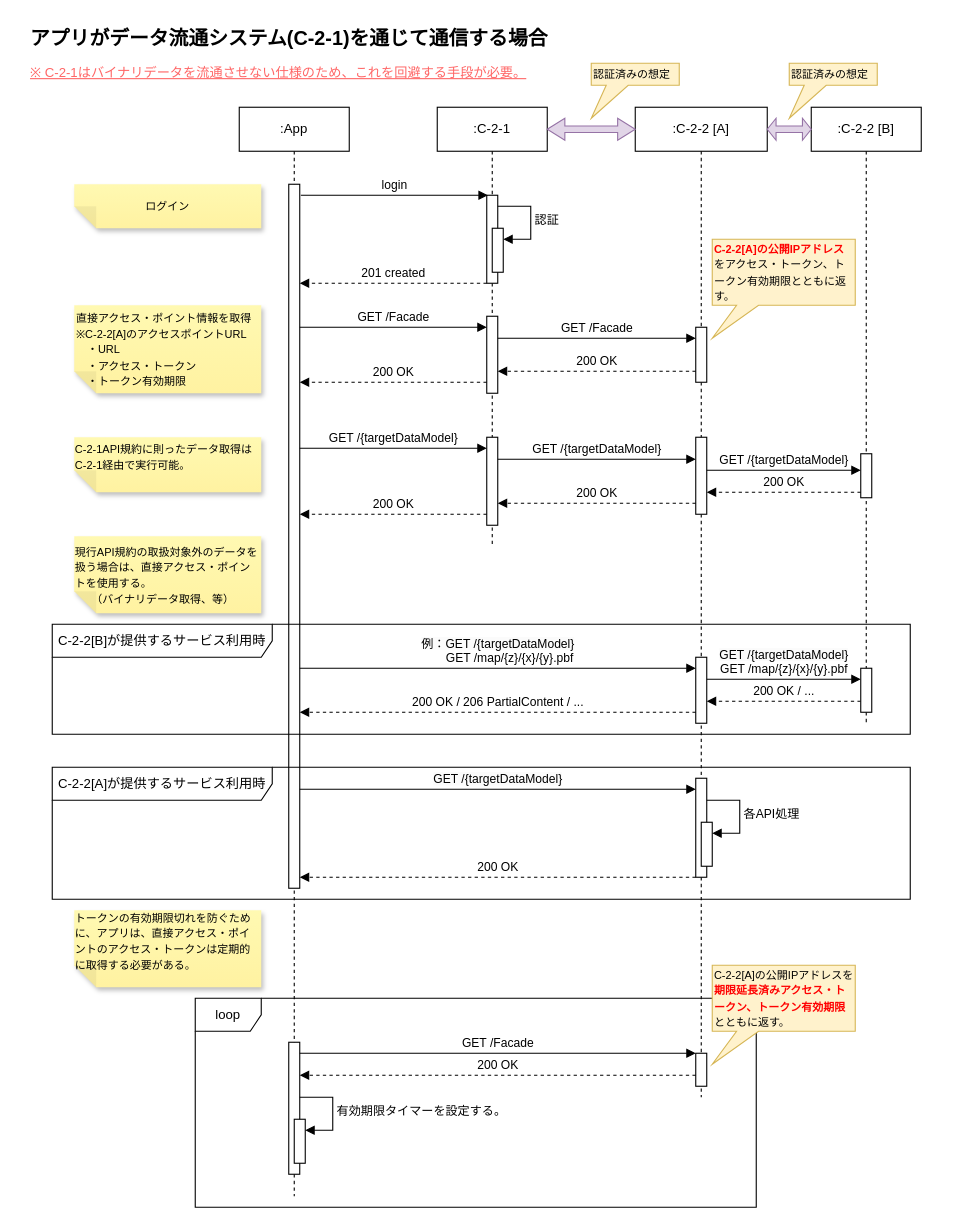
This is page "C-2-1経由時のシーケンス" (1 of 6) of models/c-2-2-api-sequences.drawio from Sportacandy/C-2-2API, a draw.io file, before an edit. Source tidied: cells renumbered, new cells numbered last; positions are measured from the earlier drawing's top-left corner, leaving out a move shared by most shapes. Both pictures are drawn from the tidied source at 110%, with x=0, y=0 at pixel (19, 19).
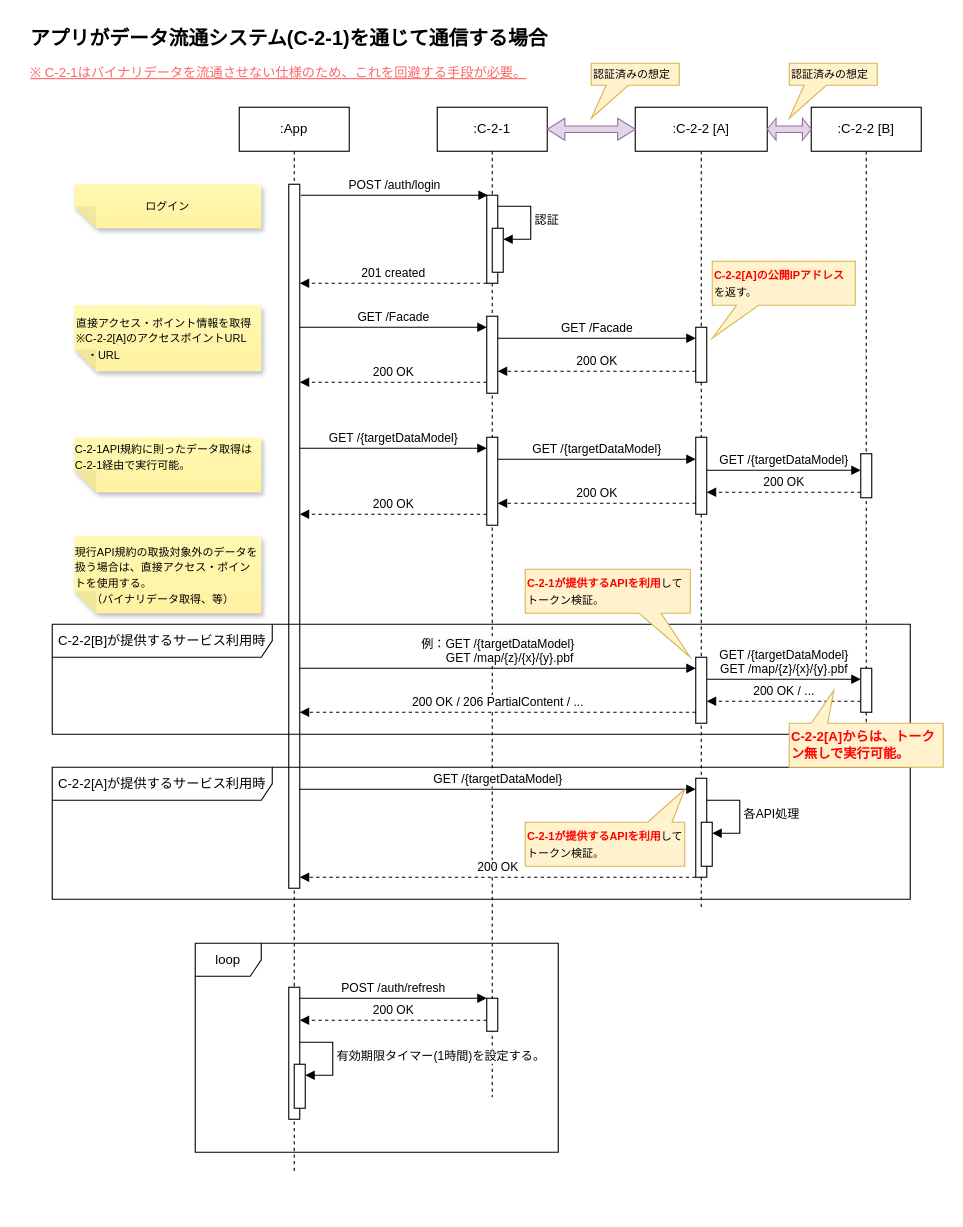
The same page after the edit.

Diff of the diagram source:
```diff
@@
     <mxCell id="4" value=":App" style="shape=umlLifeline;perimeter=lifelinePerimeter;whiteSpace=wrap;html=1;newEdgeStyle={&quot;edgeStyle&quot;:&quot;elbowEdgeStyle&quot;,&quot;elbow&quot;:&quot;vertical&quot;,&quot;curved&quot;:0,&quot;rounded&quot;:0};" parent="1" vertex="1">
-      <mxGeometry x="200" y="80" width="100" height="990" as="geometry" />
+      <mxGeometry x="200" y="80" width="100" height="970" as="geometry" />
     </mxCell>
@@
     <mxCell id="6" style="html=1;points=[[0,0,0,0,5],[0,1,0,0,-5],[1,0,0,0,5],[1,1,0,0,-5]];perimeter=orthogonalPerimeter;outlineConnect=0;targetShapes=umlLifeline;portConstraint=eastwest;newEdgeStyle={&quot;curved&quot;:0,&quot;rounded&quot;:0};" parent="4" vertex="1">
-      <mxGeometry x="45" y="850" width="10" height="120" as="geometry" />
+      <mxGeometry x="45" y="800" width="10" height="120" as="geometry" />
     </mxCell>
     <mxCell id="7" value=":C-2-1" style="shape=umlLifeline;perimeter=lifelinePerimeter;whiteSpace=wrap;html=1;outlineConnect=0;portConstraint=eastwest;newEdgeStyle={&quot;edgeStyle&quot;:&quot;elbowEdgeStyle&quot;,&quot;elbow&quot;:&quot;vertical&quot;,&quot;curved&quot;:0,&quot;rounded&quot;:0};" parent="1" vertex="1">
-      <mxGeometry x="380" y="80" width="100" height="400" as="geometry" />
+      <mxGeometry x="380" y="80" width="100" height="900" as="geometry" />
     </mxCell>
@@
+    <mxCell id="23" style="html=1;points=[[0,0,0,0,5],[0,1,0,0,-5],[1,0,0,0,5],[1,1,0,0,-5]];perimeter=orthogonalPerimeter;outlineConnect=0;targetShapes=umlLifeline;portConstraint=eastwest;newEdgeStyle={&quot;curved&quot;:0,&quot;rounded&quot;:0};" parent="7" vertex="1">
+      <mxGeometry x="45" y="810" width="10" height="30" as="geometry" />
+    </mxCell>
-    <mxCell id="14" value="login" style="html=1;verticalAlign=bottom;endArrow=block;edgeStyle=elbowEdgeStyle;elbow=horizontal;curved=0;rounded=0;" parent="1" edge="1">
+    <mxCell id="14" value="POST /auth/login" style="html=1;verticalAlign=bottom;endArrow=block;edgeStyle=elbowEdgeStyle;elbow=horizontal;curved=0;rounded=0;" parent="1" edge="1">
       <mxGeometry relative="1" as="geometry">
         <mxPoint x="256" y="160" as="sourcePoint" />
         <mxPoint x="426" y="160" as="targetPoint" />
         <Array as="points">
           <mxPoint x="341" y="160" />
         </Array>
       </mxGeometry>
     </mxCell>
@@
     <mxCell id="16" value=":C-2-2 [A]" style="shape=umlLifeline;perimeter=lifelinePerimeter;whiteSpace=wrap;html=1;newEdgeStyle={&quot;edgeStyle&quot;:&quot;elbowEdgeStyle&quot;,&quot;elbow&quot;:&quot;vertical&quot;,&quot;curved&quot;:0,&quot;rounded&quot;:0};" parent="1" vertex="1">
-      <mxGeometry x="560" y="80" width="120" height="900" as="geometry" />
+      <mxGeometry x="560" y="80" width="120" height="730" as="geometry" />
     </mxCell>
@@
-    <mxCell id="23" style="html=1;points=[[0,0,0,0,5],[0,1,0,0,-5],[1,0,0,0,5],[1,1,0,0,-5]];perimeter=orthogonalPerimeter;outlineConnect=0;targetShapes=umlLifeline;portConstraint=eastwest;newEdgeStyle={&quot;curved&quot;:0,&quot;rounded&quot;:0};" parent="16" vertex="1">
-      <mxGeometry x="55" y="860" width="10" height="30" as="geometry" />
-    </mxCell>
@@
-    <mxCell id="44" value="&lt;font style=&quot;font-size: 10px;&quot;&gt;&lt;b&gt;&lt;font color=&quot;#ff0000&quot;&gt;C-2-2[A]の公開IPアドレス&lt;/font&gt;&lt;/b&gt;をアクセス・トークン、トークン有効期限とともに返す。　&lt;/font&gt;" style="shape=callout;whiteSpace=wrap;html=1;perimeter=calloutPerimeter;position2=0;fillColor=#fff2cc;strokeColor=#d6b656;align=left;size=30;position=0.17;" parent="1" vertex="1">
-      <mxGeometry x="630" y="200" width="130" height="90" as="geometry" />
+    <mxCell id="44" value="&lt;font style=&quot;font-size: 10px;&quot;&gt;&lt;b&gt;&lt;font color=&quot;#ff0000&quot;&gt;C-2-2[A]の公開IPアドレス&lt;/font&gt;&lt;/b&gt;を返す。　&lt;/font&gt;" style="shape=callout;whiteSpace=wrap;html=1;perimeter=calloutPerimeter;position2=0;fillColor=#fff2cc;strokeColor=#d6b656;align=left;size=30;position=0.17;" parent="1" vertex="1">
+      <mxGeometry x="630" y="220" width="130" height="70" as="geometry" />
     </mxCell>
-    <mxCell id="45" value="GET /Facade" style="html=1;verticalAlign=bottom;endArrow=block;edgeStyle=elbowEdgeStyle;elbow=horizontal;curved=0;rounded=0;" parent="1" edge="1" source="6" target="23">
+    <mxCell id="45" value="POST /auth/refresh" style="html=1;verticalAlign=bottom;endArrow=block;edgeStyle=elbowEdgeStyle;elbow=horizontal;curved=0;rounded=0;" parent="1" edge="1" source="6" target="23">
       <mxGeometry relative="1" as="geometry">
         <Array as="points">
-          <mxPoint x="525" y="940" />
+          <mxPoint x="330" y="890" />
         </Array>
       </mxGeometry>
     </mxCell>
     <mxCell id="46" value="200 OK" style="html=1;verticalAlign=bottom;endArrow=block;edgeStyle=elbowEdgeStyle;elbow=vertical;curved=0;rounded=0;dashed=1;" parent="1" edge="1" source="23" target="6">
       <mxGeometry relative="1" as="geometry">
         <Array as="points">
-          <mxPoint x="530" y="960" />
+          <mxPoint x="370" y="910" />
         </Array>
       </mxGeometry>
     </mxCell>
     <mxCell id="47" value="loop" style="shape=umlFrame;whiteSpace=wrap;html=1;" parent="1" vertex="1">
-      <mxGeometry x="160" y="890" width="510" height="190" as="geometry" />
+      <mxGeometry x="160" y="840" width="330" height="190" as="geometry" />
     </mxCell>
-    <mxCell id="48" value="&lt;font style=&quot;font-size: 10px;&quot;&gt;C-2-2[A]の公開IPアドレスを&lt;b&gt;&lt;font color=&quot;#ff0000&quot;&gt;期限延長済みアクセス・トークン、トークン有効期限&lt;/font&gt;&lt;/b&gt;とともに返す。　&lt;/font&gt;" style="shape=callout;whiteSpace=wrap;html=1;perimeter=calloutPerimeter;position2=0;fillColor=#fff2cc;strokeColor=#d6b656;align=left;size=30;position=0.17;" parent="1" vertex="1">
-      <mxGeometry x="630" y="860" width="130" height="90" as="geometry" />
-    </mxCell>
     <mxCell id="49" style="html=1;points=[[0,0,0,0,5],[0,1,0,0,-5],[1,0,0,0,5],[1,1,0,0,-5]];perimeter=orthogonalPerimeter;outlineConnect=0;targetShapes=umlLifeline;portConstraint=eastwest;newEdgeStyle={&quot;curved&quot;:0,&quot;rounded&quot;:0};" parent="1" vertex="1">
-      <mxGeometry x="250" y="1000" width="10" height="40" as="geometry" />
+      <mxGeometry x="250" y="950" width="10" height="40" as="geometry" />
     </mxCell>
-    <mxCell id="50" value="有効期限タイマーを設定する。" style="html=1;align=left;spacingLeft=2;endArrow=block;rounded=0;edgeStyle=orthogonalEdgeStyle;curved=0;rounded=0;" parent="1" edge="1" target="49">
+    <mxCell id="50" value="有効期限タイマー(1時間)を設定する。" style="html=1;align=left;spacingLeft=2;endArrow=block;rounded=0;edgeStyle=orthogonalEdgeStyle;curved=0;rounded=0;" parent="1" edge="1" target="49">
       <mxGeometry relative="1" as="geometry">
-        <mxPoint x="255" y="980" as="sourcePoint" />
+        <mxPoint x="255" y="930" as="sourcePoint" />
         <Array as="points">
-          <mxPoint x="285" y="1010" />
+          <mxPoint x="285" y="960" />
         </Array>
       </mxGeometry>
     </mxCell>
-    <mxCell id="51" value="&lt;div style=&quot;text-align: left;&quot;&gt;&lt;span style=&quot;font-size: 10px;&quot;&gt;トークンの有効期限切れを防ぐために、アプリは、&lt;/span&gt;&lt;span style=&quot;font-size: 10px; background-color: initial;&quot;&gt;直接アクセス・ポイントのアクセス・トークンは定期的に取得する必要がある。&lt;/span&gt;&lt;/div&gt;&lt;div style=&quot;text-align: left;&quot;&gt;&lt;span style=&quot;font-size: 10px; background-color: initial;&quot;&gt;&lt;br&gt;&lt;/span&gt;&lt;/div&gt;" style="shape=note;whiteSpace=wrap;html=1;backgroundOutline=1;fontColor=#000000;darkOpacity=0.05;fillColor=#FFF9B2;strokeColor=none;fillStyle=solid;direction=west;gradientDirection=north;gradientColor=#FFF2A1;shadow=1;size=20;" parent="1" vertex="1">
-      <mxGeometry x="50" y="810" width="170" height="70" as="geometry" />
-    </mxCell>
-    <mxCell id="52" value="&lt;div style=&quot;&quot;&gt;&lt;span style=&quot;font-size: 10px; background-color: initial;&quot;&gt;直接アクセス・ポイント情報を取得&lt;/span&gt;&lt;/div&gt;&lt;div style=&quot;&quot;&gt;&lt;span style=&quot;font-size: 10px; text-align: center;&quot;&gt;※C-2-2[A]のアクセスポイントURL&lt;/span&gt;&lt;span style=&quot;font-size: 10px; background-color: initial;&quot;&gt;&lt;br&gt;&lt;/span&gt;&lt;/div&gt;&lt;font style=&quot;font-size: 10px;&quot;&gt;　・URL&lt;/font&gt;&lt;div&gt;&lt;font style=&quot;font-size: 10px;&quot;&gt;　・アクセス・トークン&lt;/font&gt;&lt;/div&gt;&lt;div&gt;&lt;font style=&quot;font-size: 10px;&quot;&gt;　・トークン有効期限&lt;/font&gt;&lt;/div&gt;" style="shape=note;whiteSpace=wrap;html=1;backgroundOutline=1;fontColor=#000000;darkOpacity=0.05;fillColor=#FFF9B2;strokeColor=none;fillStyle=solid;direction=west;gradientDirection=north;gradientColor=#FFF2A1;shadow=1;size=20;align=left;" parent="1" vertex="1">
-      <mxGeometry x="50" y="260" width="170" height="80" as="geometry" />
+    <mxCell id="52" value="&lt;div style=&quot;&quot;&gt;&lt;span style=&quot;font-size: 10px; background-color: initial;&quot;&gt;直接アクセス・ポイント情報を取得&lt;/span&gt;&lt;/div&gt;&lt;div style=&quot;&quot;&gt;&lt;span style=&quot;font-size: 10px; text-align: center;&quot;&gt;※C-2-2[A]のアクセスポイントURL&lt;/span&gt;&lt;span style=&quot;font-size: 10px; background-color: initial;&quot;&gt;&lt;br&gt;&lt;/span&gt;&lt;/div&gt;&lt;font style=&quot;font-size: 10px;&quot;&gt;　・URL&lt;/font&gt;" style="shape=note;whiteSpace=wrap;html=1;backgroundOutline=1;fontColor=#000000;darkOpacity=0.05;fillColor=#FFF9B2;strokeColor=none;fillStyle=solid;direction=west;gradientDirection=north;gradientColor=#FFF2A1;shadow=1;size=20;align=left;" parent="1" vertex="1">
+      <mxGeometry x="50" y="260" width="170" height="60" as="geometry" />
     </mxCell>
@@
+    <mxCell id="60" value="&lt;span style=&quot;font-size: 10px;&quot;&gt;&lt;b style=&quot;color: rgb(255, 0, 0);&quot;&gt;C-2-1が提供するAPIを利用&lt;/b&gt;してトークン検証。&lt;/span&gt;" style="shape=callout;whiteSpace=wrap;html=1;perimeter=calloutPerimeter;position2=1;fillColor=#fff2cc;strokeColor=#d6b656;align=left;size=40;position=0.69;" parent="1" vertex="1">
+      <mxGeometry x="460" y="500" width="150" height="80" as="geometry" />
+    </mxCell>
+    <mxCell id="61" value="&lt;div style=&quot;&quot;&gt;&lt;b style=&quot;font-size: 10px; color: rgb(255, 0, 0);&quot;&gt;C-2-1が提供するAPIを利用&lt;/b&gt;&lt;span style=&quot;font-size: 10px;&quot;&gt;してトークン検証。&lt;/span&gt;&lt;br&gt;&lt;/div&gt;" style="shape=callout;whiteSpace=wrap;html=1;perimeter=calloutPerimeter;position2=0;fillColor=#fff2cc;strokeColor=#d6b656;align=left;size=30;position=0.08;base=22;direction=west;" parent="1" vertex="1">
+      <mxGeometry x="460" y="700" width="145" height="70" as="geometry" />
+    </mxCell>
+    <mxCell id="62" value="&lt;b&gt;&lt;font color=&quot;#ff0000&quot;&gt;C-2-2[A]からは、トークン無しで実行可能。&lt;/font&gt;&lt;/b&gt;" style="shape=callout;whiteSpace=wrap;html=1;perimeter=calloutPerimeter;position2=0.71;fillColor=#fff2cc;strokeColor=#d6b656;align=left;size=30;position=0.75;base=15;direction=west;" parent="1" vertex="1">
+      <mxGeometry x="700" y="610" width="140" height="70" as="geometry" />
+    </mxCell>
```
